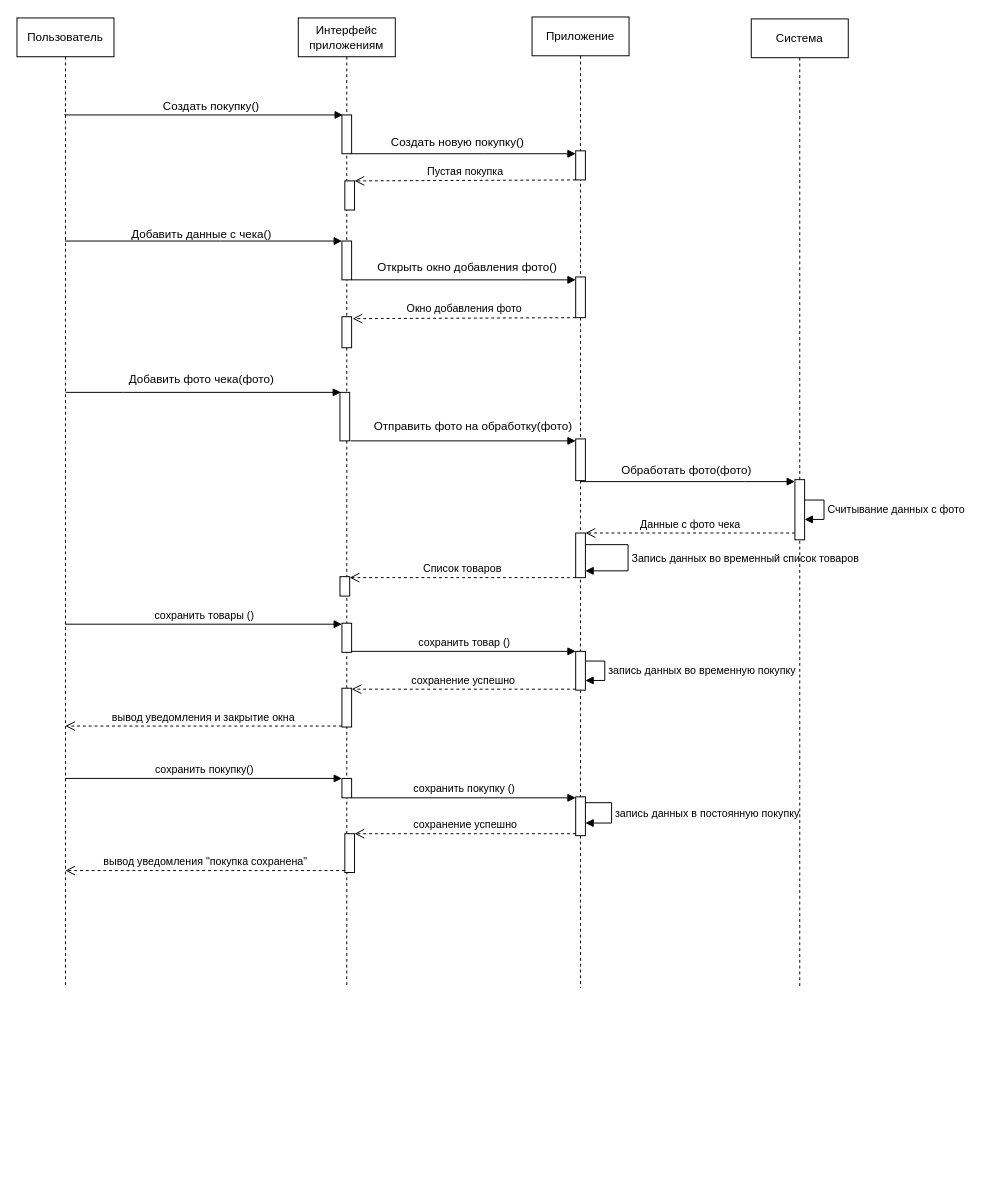
Muenme/UP02.02 keeps this draw.io diagram as UML/Диаграмма последовательности(фото).drawio. Above is the earlier version. Source tidied: cells renumbered, new cells numbered last; positions are measured from the earlier drawing's top-left corner, leaving out a move shared by most shapes. Both pictures are drawn from the tidied source at 97%, with x=0, y=0 at pixel (16, 16).
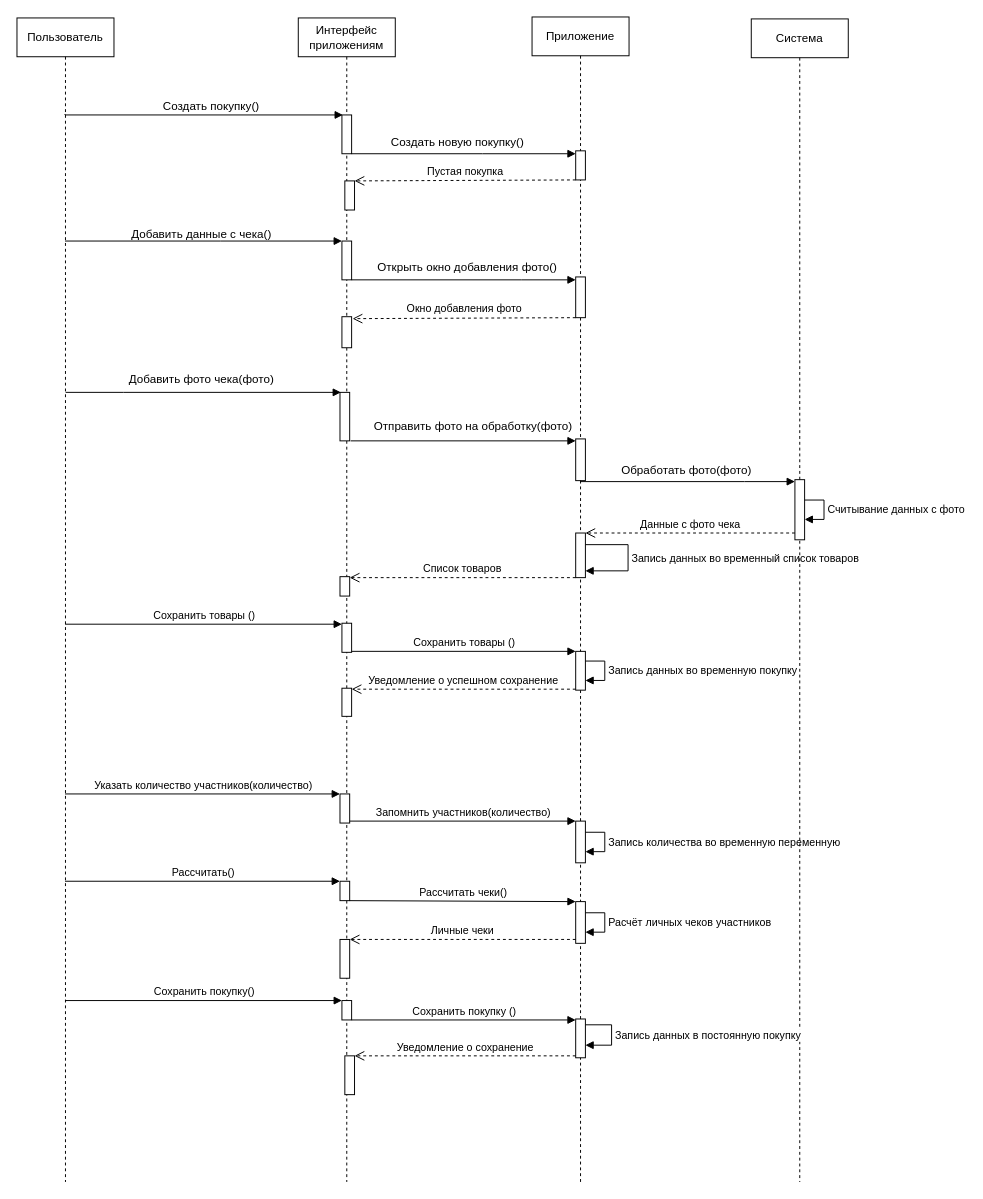
After the change.

Unchanged cells that the change refers to:
```xml
<mxCell id="9" style="html=1;points=[[0,0,0,0,5],[0,1,0,0,-5],[1,0,0,0,5],[1,1,0,0,-5]];perimeter=orthogonalPerimeter;outlineConnect=0;targetShapes=umlLifeline;portConstraint=eastwest;newEdgeStyle={&quot;curved&quot;:0,&quot;rounded&quot;:0};" parent="3" vertex="1">
  <mxGeometry x="45" y="624" width="10" height="30" as="geometry" />
</mxCell>
<mxCell id="13" style="html=1;points=[[0,0,0,0,5],[0,1,0,0,-5],[1,0,0,0,5],[1,1,0,0,-5]];perimeter=orthogonalPerimeter;outlineConnect=0;targetShapes=umlLifeline;portConstraint=eastwest;newEdgeStyle={&quot;curved&quot;:0,&quot;rounded&quot;:0};" parent="3" vertex="1">
  <mxGeometry x="43" y="576" width="10" height="20" as="geometry" />
</mxCell>
<mxCell id="20" style="html=1;points=[[0,0,0,0,5],[0,1,0,0,-5],[1,0,0,0,5],[1,1,0,0,-5]];perimeter=orthogonalPerimeter;outlineConnect=0;targetShapes=umlLifeline;portConstraint=eastwest;newEdgeStyle={&quot;curved&quot;:0,&quot;rounded&quot;:0};" parent="14" vertex="1">
  <mxGeometry x="45" y="654" width="10" height="40" as="geometry" />
</mxCell>
```

The edit, as a diff of the source:
```diff
@@
     <mxCell id="2" value="Пользователь" style="shape=umlLifeline;perimeter=lifelinePerimeter;whiteSpace=wrap;html=1;outlineConnect=0;portConstraint=eastwest;newEdgeStyle={&quot;curved&quot;:0,&quot;rounded&quot;:0};" parent="1" vertex="1">
-      <mxGeometry y="1" width="100" height="1000" as="geometry" />
+      <mxGeometry y="1" width="100" height="1200" as="geometry" />
     </mxCell>
     <mxCell id="3" value="Интерфейс приложениям" style="shape=umlLifeline;perimeter=lifelinePerimeter;whiteSpace=wrap;html=1;newEdgeStyle={&quot;curved&quot;:0,&quot;rounded&quot;:0};" parent="1" vertex="1">
-      <mxGeometry x="290" y="1" width="100" height="1000" as="geometry" />
+      <mxGeometry x="290" y="1" width="100" height="1200" as="geometry" />
     </mxCell>
@@
     <mxCell id="10" style="html=1;perimeter=orthogonalPerimeter;targetShapes=umlLifeline;newEdgeStyle={&quot;curved&quot;:0,&quot;rounded&quot;:0};" parent="3" vertex="1">
-      <mxGeometry x="45" y="691" width="10" height="40" as="geometry" />
+      <mxGeometry x="45" y="691" width="10" height="29" as="geometry" />
     </mxCell>
-    <mxCell id="11" style="html=1;points=[[0,0,0,0,5],[0,1,0,0,-5],[1,0,0,0,5],[1,1,0,0,-5]];perimeter=orthogonalPerimeter;outlineConnect=0;targetShapes=umlLifeline;portConstraint=eastwest;newEdgeStyle={&quot;curved&quot;:0,&quot;rounded&quot;:0};" parent="3" vertex="1">
-      <mxGeometry x="45" y="784" width="10" height="20" as="geometry" />
-    </mxCell>
-    <mxCell id="12" style="html=1;points=[[0,0,0,0,5],[0,1,0,0,-5],[1,0,0,0,5],[1,1,0,0,-5]];perimeter=orthogonalPerimeter;outlineConnect=0;targetShapes=umlLifeline;portConstraint=eastwest;newEdgeStyle={&quot;curved&quot;:0,&quot;rounded&quot;:0};" parent="3" vertex="1">
-      <mxGeometry x="48" y="841" width="10" height="40" as="geometry" />
-    </mxCell>
@@
+    <mxCell id="53" style="html=1;points=[[0,0,0,0,5],[0,1,0,0,-5],[1,0,0,0,5],[1,1,0,0,-5]];perimeter=orthogonalPerimeter;outlineConnect=0;targetShapes=umlLifeline;portConstraint=eastwest;newEdgeStyle={&quot;curved&quot;:0,&quot;rounded&quot;:0};" parent="3" vertex="1">
+      <mxGeometry x="43" y="800" width="10" height="30" as="geometry" />
+    </mxCell>
+    <mxCell id="54" style="html=1;points=[[0,0,0,0,5],[0,1,0,0,-5],[1,0,0,0,5],[1,1,0,0,-5]];perimeter=orthogonalPerimeter;outlineConnect=0;targetShapes=umlLifeline;portConstraint=eastwest;newEdgeStyle={&quot;curved&quot;:0,&quot;rounded&quot;:0};" parent="3" vertex="1">
+      <mxGeometry x="43" y="890" width="10" height="20" as="geometry" />
+    </mxCell>
+    <mxCell id="55" style="html=1;points=[[0,0,0,0,5],[0,1,0,0,-5],[1,0,0,0,5],[1,1,0,0,-5]];perimeter=orthogonalPerimeter;outlineConnect=0;targetShapes=umlLifeline;portConstraint=eastwest;newEdgeStyle={&quot;curved&quot;:0,&quot;rounded&quot;:0};" parent="3" vertex="1">
+      <mxGeometry x="43" y="950" width="10" height="40" as="geometry" />
+    </mxCell>
     <mxCell id="14" value="Приложение" style="shape=umlLifeline;perimeter=lifelinePerimeter;whiteSpace=wrap;html=1;newEdgeStyle={&quot;curved&quot;:0,&quot;rounded&quot;:0};" parent="1" vertex="1">
-      <mxGeometry x="531" width="100" height="1001" as="geometry" />
+      <mxGeometry x="531" width="100" height="1201" as="geometry" />
     </mxCell>
@@
-    <mxCell id="21" value="запись данных во временную покупку" style="html=1;align=left;spacingLeft=2;endArrow=block;rounded=0;edgeStyle=orthogonalEdgeStyle;curved=0;rounded=0;" parent="14" edge="1" source="20" target="20">
+    <mxCell id="21" value="Запись данных во временную покупку" style="html=1;align=left;spacingLeft=2;endArrow=block;rounded=0;edgeStyle=orthogonalEdgeStyle;curved=0;rounded=0;" parent="14" edge="1" source="20" target="20">
       <mxGeometry relative="1" as="geometry" />
     </mxCell>
-    <mxCell id="22" style="html=1;points=[[0,0,0,0,5],[0,1,0,0,-5],[1,0,0,0,5],[1,1,0,0,-5]];perimeter=orthogonalPerimeter;outlineConnect=0;targetShapes=umlLifeline;portConstraint=eastwest;newEdgeStyle={&quot;curved&quot;:0,&quot;rounded&quot;:0};" parent="14" vertex="1">
-      <mxGeometry x="45" y="804" width="10" height="40" as="geometry" />
-    </mxCell>
-    <mxCell id="23" value="запись данных в постоянную покупку" style="html=1;align=left;spacingLeft=2;endArrow=block;rounded=0;edgeStyle=orthogonalEdgeStyle;curved=0;rounded=0;" parent="14" edge="1" target="22">
-      <mxGeometry relative="1" as="geometry">
-        <mxPoint x="55" y="810" as="sourcePoint" />
-        <Array as="points">
-          <mxPoint x="82" y="810" />
-          <mxPoint x="82" y="831" />
-        </Array>
-      </mxGeometry>
-    </mxCell>
+    <mxCell id="56" style="html=1;points=[[0,0,0,0,5],[0,1,0,0,-5],[1,0,0,0,5],[1,1,0,0,-5]];perimeter=orthogonalPerimeter;outlineConnect=0;targetShapes=umlLifeline;portConstraint=eastwest;newEdgeStyle={&quot;curved&quot;:0,&quot;rounded&quot;:0};" parent="14" vertex="1">
+      <mxGeometry x="45" y="829" width="10" height="43" as="geometry" />
+    </mxCell>
+    <mxCell id="57" value="Запись количества во временную переменную" style="html=1;align=left;spacingLeft=2;endArrow=block;rounded=0;edgeStyle=orthogonalEdgeStyle;curved=0;rounded=0;" parent="14" edge="1" source="56" target="56">
+      <mxGeometry relative="1" as="geometry" />
+    </mxCell>
+    <mxCell id="58" style="html=1;points=[[0,0,0,0,5],[0,1,0,0,-5],[1,0,0,0,5],[1,1,0,0,-5]];perimeter=orthogonalPerimeter;outlineConnect=0;targetShapes=umlLifeline;portConstraint=eastwest;newEdgeStyle={&quot;curved&quot;:0,&quot;rounded&quot;:0};" parent="14" vertex="1">
+      <mxGeometry x="45" y="912" width="10" height="43" as="geometry" />
+    </mxCell>
+    <mxCell id="59" value="Расчёт личных чеков участников" style="html=1;align=left;spacingLeft=2;endArrow=block;rounded=0;edgeStyle=orthogonalEdgeStyle;curved=0;rounded=0;" parent="14" edge="1" source="58" target="58">
+      <mxGeometry relative="1" as="geometry" />
+    </mxCell>
     <mxCell id="24" value="Система" style="shape=umlLifeline;perimeter=lifelinePerimeter;whiteSpace=wrap;html=1;newEdgeStyle={&quot;curved&quot;:0,&quot;rounded&quot;:0};" parent="1" vertex="1">
-      <mxGeometry x="757" y="2" width="100" height="999" as="geometry" />
+      <mxGeometry x="757" y="2" width="100" height="1199" as="geometry" />
     </mxCell>
@@
-    <mxCell id="44" value="сохранить товары ()" style="html=1;verticalAlign=bottom;endArrow=block;curved=0;rounded=0;" parent="1" edge="1">
+    <mxCell id="44" value="Сохранить товары ()" style="html=1;verticalAlign=bottom;endArrow=block;curved=0;rounded=0;" parent="1" edge="1">
       <mxGeometry relative="1" as="geometry">
         <mxPoint x="49.7" y="626" as="sourcePoint" />
         <mxPoint x="335" y="626" as="targetPoint" />
       </mxGeometry>
     </mxCell>
-    <mxCell id="45" value="сохранить товар ()" style="html=1;verticalAlign=bottom;endArrow=block;curved=0;rounded=0;" parent="1" edge="1" source="9" target="20">
+    <mxCell id="45" value="Сохранить товары ()" style="html=1;verticalAlign=bottom;endArrow=block;curved=0;rounded=0;" parent="1" edge="1" source="9" target="20">
       <mxGeometry relative="1" as="geometry" />
     </mxCell>
-    <mxCell id="46" value="сохранение успешно" style="html=1;verticalAlign=bottom;endArrow=open;dashed=1;endSize=8;curved=0;rounded=0;" parent="1" edge="1">
+    <mxCell id="46" value="&lt;span style=&quot;background-color: light-dark(#ffffff, var(--ge-dark-color, #121212)); color: light-dark(rgb(0, 0, 0), rgb(255, 255, 255));&quot;&gt;Уведомление о успешном сохранение&lt;/span&gt;" style="html=1;verticalAlign=bottom;endArrow=open;dashed=1;endSize=8;curved=0;rounded=0;" parent="1" edge="1">
       <mxGeometry relative="1" as="geometry">
         <mxPoint x="576" y="693" as="sourcePoint" />
         <mxPoint x="345" y="693" as="targetPoint" />
       </mxGeometry>
     </mxCell>
-    <mxCell id="47" value="вывод уведомления и закрытие окна" style="html=1;verticalAlign=bottom;endArrow=open;dashed=1;endSize=8;curved=0;rounded=0;" parent="1" edge="1">
-      <mxGeometry relative="1" as="geometry">
-        <mxPoint x="335" y="731" as="sourcePoint" />
-        <mxPoint x="49.8" y="731" as="targetPoint" />
-      </mxGeometry>
-    </mxCell>
+    <mxCell id="52" value="Список товаров" style="html=1;verticalAlign=bottom;endArrow=open;dashed=1;endSize=8;curved=0;rounded=0;" parent="1" edge="1" target="13">
+      <mxGeometry relative="1" as="geometry">
+        <mxPoint x="576" y="578" as="sourcePoint" />
+      </mxGeometry>
+    </mxCell>
+    <mxCell id="60" value="Указать количество участников(количество)" style="html=1;verticalAlign=bottom;endArrow=block;curved=0;rounded=0;" parent="1" edge="1" source="2" target="53">
+      <mxGeometry relative="1" as="geometry" />
+    </mxCell>
+    <mxCell id="61" value="Запомнить участников(количество)" style="html=1;verticalAlign=bottom;endArrow=block;curved=0;rounded=0;" parent="1" edge="1" source="53" target="56">
+      <mxGeometry relative="1" as="geometry" />
+    </mxCell>
+    <mxCell id="11" style="html=1;points=[[0,0,0,0,5],[0,1,0,0,-5],[1,0,0,0,5],[1,1,0,0,-5]];perimeter=orthogonalPerimeter;outlineConnect=0;targetShapes=umlLifeline;portConstraint=eastwest;newEdgeStyle={&quot;curved&quot;:0,&quot;rounded&quot;:0};" parent="1" vertex="1">
+      <mxGeometry x="335" y="1014" width="10" height="20" as="geometry" />
+    </mxCell>
+    <mxCell id="12" style="html=1;points=[[0,0,0,0,5],[0,1,0,0,-5],[1,0,0,0,5],[1,1,0,0,-5]];perimeter=orthogonalPerimeter;outlineConnect=0;targetShapes=umlLifeline;portConstraint=eastwest;newEdgeStyle={&quot;curved&quot;:0,&quot;rounded&quot;:0};" parent="1" vertex="1">
+      <mxGeometry x="338" y="1071" width="10" height="40" as="geometry" />
+    </mxCell>
+    <mxCell id="22" style="html=1;points=[[0,0,0,0,5],[0,1,0,0,-5],[1,0,0,0,5],[1,1,0,0,-5]];perimeter=orthogonalPerimeter;outlineConnect=0;targetShapes=umlLifeline;portConstraint=eastwest;newEdgeStyle={&quot;curved&quot;:0,&quot;rounded&quot;:0};" parent="1" vertex="1">
+      <mxGeometry x="576" y="1033" width="10" height="40" as="geometry" />
+    </mxCell>
+    <mxCell id="23" value="Запись данных в постоянную покупку" style="html=1;align=left;spacingLeft=2;endArrow=block;rounded=0;edgeStyle=orthogonalEdgeStyle;curved=0;rounded=0;" parent="1" edge="1" target="22">
+      <mxGeometry relative="1" as="geometry">
+        <mxPoint x="586" y="1039" as="sourcePoint" />
+        <Array as="points">
+          <mxPoint x="613" y="1039" />
+          <mxPoint x="613" y="1060" />
+        </Array>
+      </mxGeometry>
+    </mxCell>
-    <mxCell id="48" value="сохранить покупку()" style="html=1;verticalAlign=bottom;endArrow=block;curved=0;rounded=0;" parent="1" edge="1" target="11">
+    <mxCell id="48" value="Сохранить покупку()" style="html=1;verticalAlign=bottom;endArrow=block;curved=0;rounded=0;" parent="1" edge="1" target="11">
       <mxGeometry relative="1" as="geometry">
-        <mxPoint x="49.7" y="785" as="sourcePoint" />
+        <mxPoint x="49.7" y="1014" as="sourcePoint" />
       </mxGeometry>
     </mxCell>
-    <mxCell id="49" value="сохранить покупку ()" style="html=1;verticalAlign=bottom;endArrow=block;curved=0;rounded=0;" parent="1" edge="1">
+    <mxCell id="49" value="Сохранить покупку ()" style="html=1;verticalAlign=bottom;endArrow=block;curved=0;rounded=0;" parent="1" edge="1">
       <mxGeometry relative="1" as="geometry">
-        <mxPoint x="345" y="805" as="sourcePoint" />
-        <mxPoint x="576" y="805" as="targetPoint" />
+        <mxPoint x="345" y="1034" as="sourcePoint" />
+        <mxPoint x="576" y="1034" as="targetPoint" />
       </mxGeometry>
     </mxCell>
-    <mxCell id="50" value="сохранение успешно" style="html=1;verticalAlign=bottom;endArrow=open;dashed=1;endSize=8;curved=0;rounded=0;" parent="1" edge="1" source="22" target="12">
+    <mxCell id="50" value="Уведомление о сохранение" style="html=1;verticalAlign=bottom;endArrow=open;dashed=1;endSize=8;curved=0;rounded=0;" parent="1" edge="1" source="22" target="12">
       <mxGeometry relative="1" as="geometry" />
     </mxCell>
-    <mxCell id="51" value="вывод уведомления &quot;покупка сохранена&quot;" style="html=1;verticalAlign=bottom;endArrow=open;dashed=1;endSize=8;curved=0;rounded=0;" parent="1" edge="1">
-      <mxGeometry relative="1" as="geometry">
-        <mxPoint x="338" y="880" as="sourcePoint" />
-        <mxPoint x="49.8" y="880" as="targetPoint" />
-      </mxGeometry>
-    </mxCell>
-    <mxCell id="52" value="Список товаров" style="html=1;verticalAlign=bottom;endArrow=open;dashed=1;endSize=8;curved=0;rounded=0;" parent="1" edge="1" target="13">
-      <mxGeometry relative="1" as="geometry">
-        <mxPoint x="576" y="578" as="sourcePoint" />
-      </mxGeometry>
-    </mxCell>
+    <mxCell id="62" value="Рассчитать()" style="html=1;verticalAlign=bottom;endArrow=block;curved=0;rounded=0;" parent="1" edge="1" source="2" target="54">
+      <mxGeometry relative="1" as="geometry" />
+    </mxCell>
+    <mxCell id="63" value="Рассчитать чеки()" style="html=1;verticalAlign=bottom;endArrow=block;curved=0;rounded=0;" parent="1" edge="1" source="54" target="58">
+      <mxGeometry relative="1" as="geometry" />
+    </mxCell>
+    <mxCell id="64" value="Личные чеки" style="html=1;verticalAlign=bottom;endArrow=open;dashed=1;endSize=8;curved=0;rounded=0;" parent="1" edge="1" source="58" target="55">
+      <mxGeometry relative="1" as="geometry" />
+    </mxCell>
```
